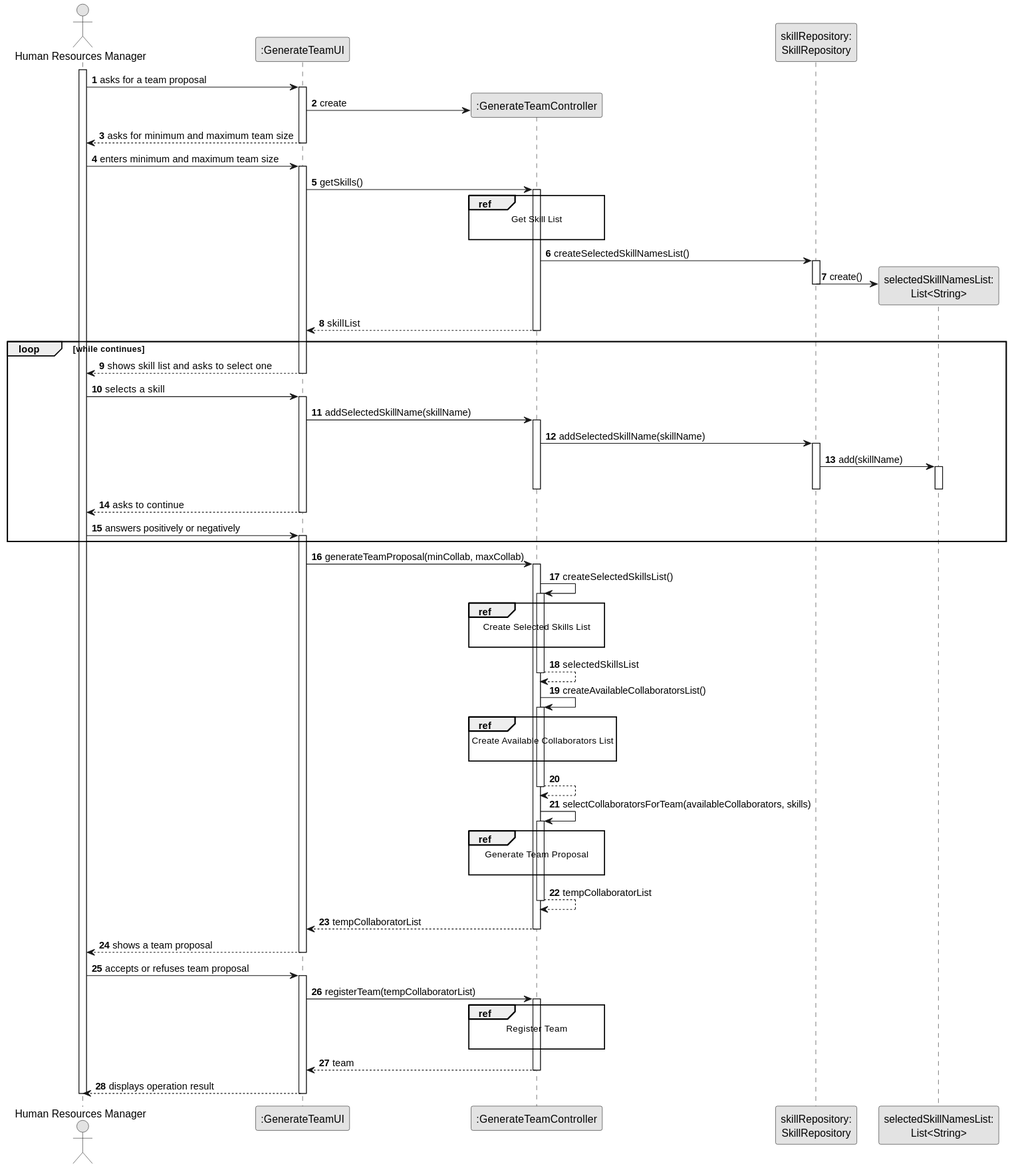
Departamento-de-Engenharia-Informatica/lei-24-s2-1dm-g132 keeps this PlantUML diagram as docs/sprintB/us005/03.design/svg/us005-sequence-diagram-split.svg. Above is the earlier version. Its diagram source:
```plantuml
@startuml
skinparam monochrome true
skinparam packageStyle rectangle
skinparam shadowing false

autonumber

actor "Human Resources Manager" as HRM
participant ":GenerateTeamUI" as UI
participant ":GenerateTeamController" as CTRL
participant "skillRepository:\nSkillRepository" as SkillRepository
participant "selectedSkillNamesList:\nList<String>" as selectedSkillNamesList


activate HRM

        HRM -> UI : asks for a team proposal

        activate UI

            UI -> CTRL** : create

            UI --> HRM : asks for minimum and maximum team size

        deactivate UI

        HRM -> UI : enters minimum and maximum team size

        activate UI

            UI -> CTRL : getSkills()
            ref over CTRL
                Get Skill List

            end ref

            activate CTRL

            CTRL -> SkillRepository : createSelectedSkillNamesList()
            activate SkillRepository

            SkillRepository -> selectedSkillNamesList** : create()
            deactivate SkillRepository

                CTRL --> UI : skillList
            deactivate CTRL

            loop while continues

            UI --> HRM : shows skill list and asks to select one
        deactivate UI

    HRM -> UI : selects a skill
    activate UI

        UI -> CTRL : addSelectedSkillName(skillName)
            activate CTRL

                CTRL -> SkillRepository: addSelectedSkillName(skillName)
                activate SkillRepository

                SkillRepository -> selectedSkillNamesList : add(skillName)
                activate selectedSkillNamesList

                deactivate selectedSkillNamesList

        deactivate SkillRepository

        deactivate CTRL

        UI --> HRM : asks to continue

    deactivate UI

    HRM -> UI : answers positively or negatively
    activate UI

            end loop

        UI -> CTRL : generateTeamProposal(minCollab, maxCollab)
        activate CTRL

            CTRL -> CTRL : createSelectedSkillsList()

                ref over CTRL
                    Create Selected Skills List

                end ref

                activate CTRL

                    CTRL --> CTRL : selectedSkillsList
            deactivate CTRL

            CTRL -> CTRL : createAvailableCollaboratorsList()

                ref over CTRL
                    Create Available Collaborators List

                end ref

                activate CTRL

                CTRL --> CTRL :
            deactivate CTRL

            CTRL -> CTRL : selectCollaboratorsForTeam(availableCollaborators, skills)
            activate CTRL

                ref over CTRL
                    Generate Team Proposal

                end ref

                CTRL --> CTRL : tempCollaboratorList
            deactivate CTRL

            CTRL --> UI : tempCollaboratorList
        deactivate CTRL

        UI --> HRM : shows a team proposal
    deactivate UI

    HRM -> UI : accepts or refuses team proposal
    activate UI

        UI -> CTRL : registerTeam(tempCollaboratorList)
        activate CTRL

        ref over CTRL
            Register Team

        end ref

            CTRL --> UI : team

            deactivate CTRL
            UI --> HRM: displays operation result
    deactivate UI

deactivate HRM
@enduml
```
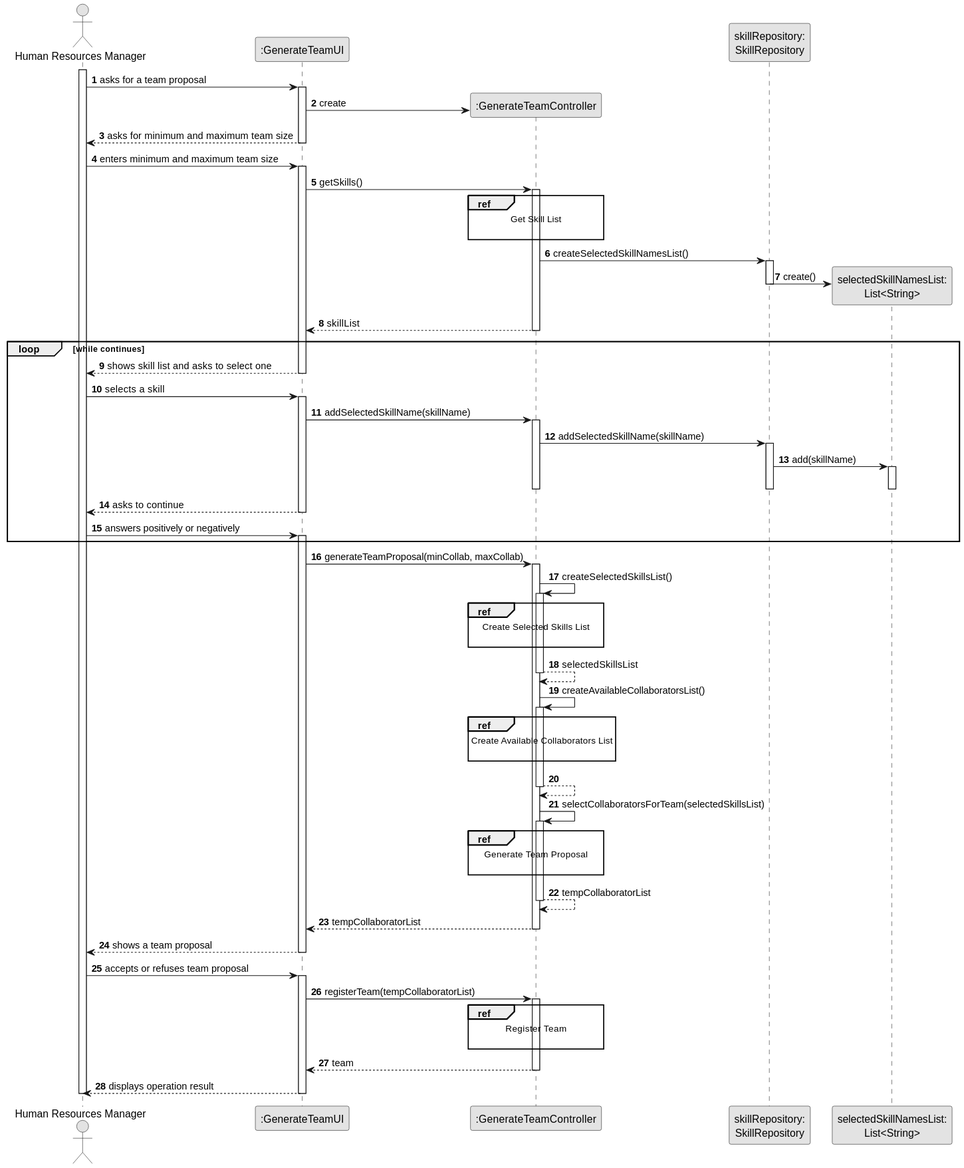
Above is the later version.

What changed in the source:
```diff
@@ -104,7 +104,7 @@
                 CTRL --> CTRL :
             deactivate CTRL
 
-            CTRL -> CTRL : selectCollaboratorsForTeam(availableCollaborators, skills)
+            CTRL -> CTRL : selectCollaboratorsForTeam(selectedSkillsList)
             activate CTRL
 
                 ref over CTRL
```
